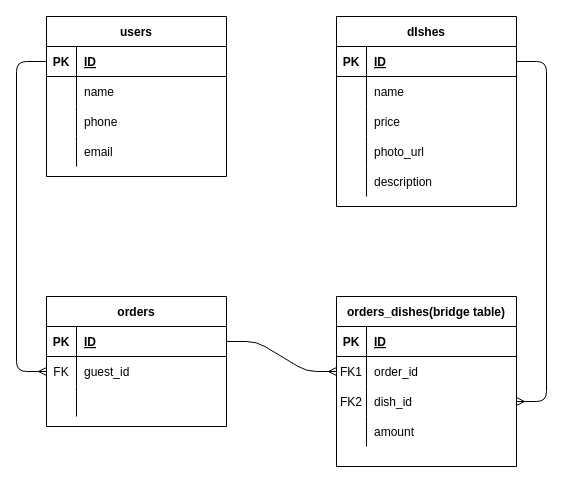
Earlier version of the draw.io diagram planning/ERD.drawio (xli52/pizza_king). Source tidied: cells renumbered, new cells numbered last; positions are measured from the earlier drawing's top-left corner, leaving out a move shared by most shapes. Both pictures are drawn from the tidied source at 100%, with x=0, y=0 at pixel (16, 16).
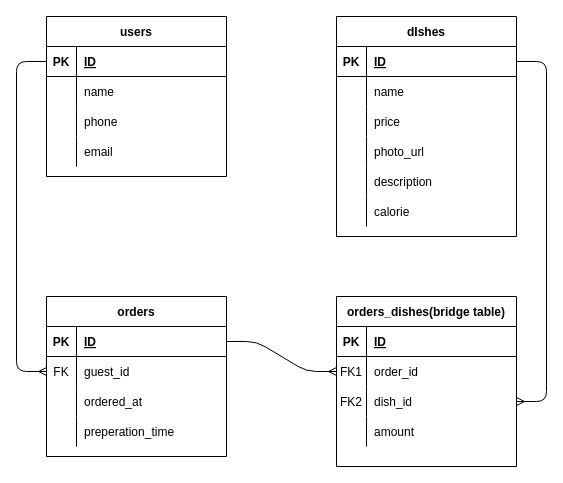
After the change.

Commit message:
added items on ERD

The change refers to these unchanged cells:
```xml
<mxCell id="38" style="shape=partialRectangle;fillColor=none;top=0;left=0;bottom=0;right=0;" parent="31" vertex="1">
  <mxGeometry y="90" width="180" height="30" as="geometry" />
</mxCell>
```

Change to the diagram source:
```diff
@@
     <mxCell id="15" value="dIshes" style="shape=table;startSize=30;childLayout=tableLayout;rowLines=0;fontStyle=1;align=center;" parent="1" vertex="1">
-      <mxGeometry x="320" width="180" height="190" as="geometry" />
+      <mxGeometry x="320" width="180" height="220" as="geometry" />
     </mxCell>
@@
+    <mxCell id="57" style="shape=partialRectangle;fillColor=none;top=0;left=0;bottom=0;right=0;" parent="15" vertex="1">
+      <mxGeometry y="180" width="180" height="30" as="geometry" />
+    </mxCell>
+    <mxCell id="58" style="shape=partialRectangle;fillColor=none;top=0;left=0;bottom=0;right=0;overflow=hidden;" parent="57" vertex="1">
+      <mxGeometry width="30" height="30" as="geometry" />
+    </mxCell>
+    <mxCell id="59" value="calorie" style="shape=partialRectangle;fillColor=none;top=0;left=0;bottom=0;right=0;align=left;spacingLeft=6;overflow=hidden;" parent="57" vertex="1">
+      <mxGeometry x="30" width="150" height="30" as="geometry" />
+    </mxCell>
     <mxCell id="31" value="orders" style="shape=table;startSize=30;childLayout=tableLayout;rowLines=0;fontStyle=1;align=center;" parent="1" vertex="1">
-      <mxGeometry x="30" y="280" width="180" height="130" as="geometry" />
+      <mxGeometry x="30" y="280" width="180" height="160" as="geometry" />
     </mxCell>
@@
-    <mxCell id="40" style="shape=partialRectangle;fillColor=none;top=0;left=0;bottom=0;right=0;align=left;spacingLeft=6;overflow=hidden;" parent="38" vertex="1">
+    <mxCell id="40" value="ordered_at" style="shape=partialRectangle;fillColor=none;top=0;left=0;bottom=0;right=0;align=left;spacingLeft=6;overflow=hidden;" parent="38" vertex="1">
       <mxGeometry x="30" width="150" height="30" as="geometry" />
     </mxCell>
+    <mxCell id="60" style="shape=partialRectangle;fillColor=none;top=0;left=0;bottom=0;right=0;" parent="31" vertex="1">
+      <mxGeometry y="120" width="180" height="30" as="geometry" />
+    </mxCell>
+    <mxCell id="61" style="shape=partialRectangle;fillColor=none;top=0;left=0;bottom=0;right=0;overflow=hidden;" parent="60" vertex="1">
+      <mxGeometry width="30" height="30" as="geometry" />
+    </mxCell>
+    <mxCell id="62" value="preperation_time" style="shape=partialRectangle;fillColor=none;top=0;left=0;bottom=0;right=0;align=left;spacingLeft=6;overflow=hidden;" parent="60" vertex="1">
+      <mxGeometry x="30" width="150" height="30" as="geometry" />
+    </mxCell>
```
